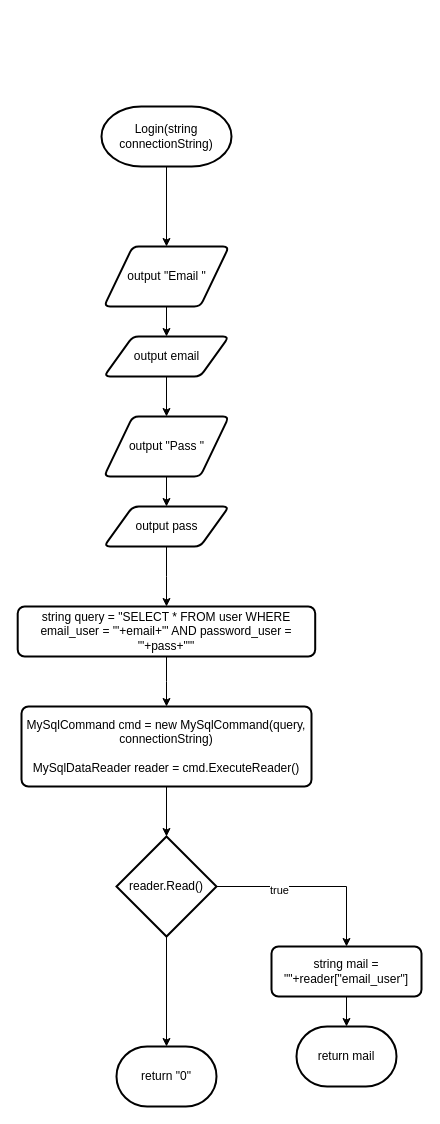
AdliXSec/FlowchartTubes keeps this draw.io diagram as page "Login" (2 of 20) of Untitled Diagram.drawio. Above is the earlier version. Source tidied: cells renumbered, new cells numbered last; positions are measured from the earlier drawing's top-left corner, leaving out a move shared by most shapes. Both pictures are drawn from the tidied source at 100%, with x=0, y=0 at pixel (17, 106).
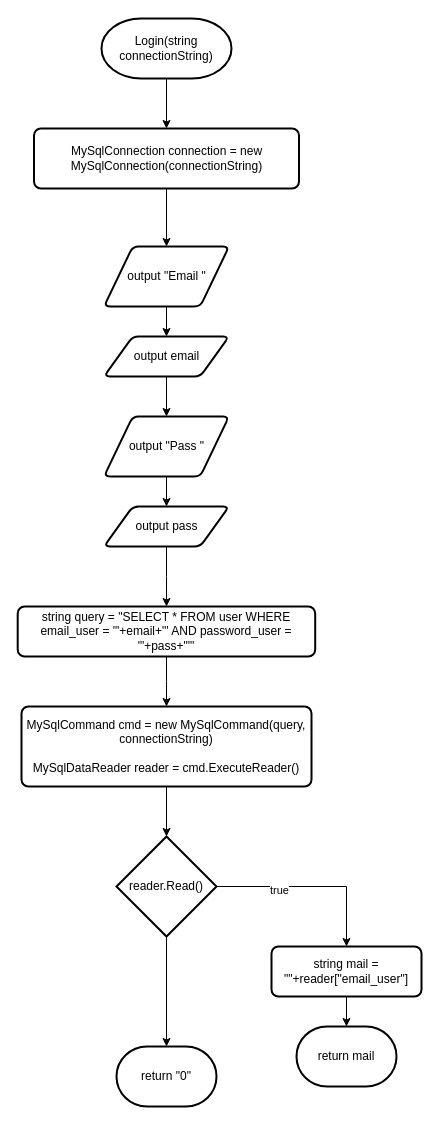
The same page after the edit.

The change refers to these unchanged cells:
```xml
<mxCell id="4" value="output &quot;Email &quot;" style="shape=parallelogram;html=1;strokeWidth=2;perimeter=parallelogramPerimeter;whiteSpace=wrap;rounded=1;arcSize=12;size=0.23;" parent="1" vertex="1">
  <mxGeometry x="86.5" y="140" width="125" height="60" as="geometry" />
</mxCell>
```

Change to the diagram source:
```diff
@@
     <mxCell id="2" value="Login(string connectionString)" style="strokeWidth=2;html=1;shape=mxgraph.flowchart.terminator;whiteSpace=wrap;" parent="1" vertex="1">
-      <mxGeometry x="84" width="130" height="60" as="geometry" />
+      <mxGeometry x="84" y="-88" width="130" height="60" as="geometry" />
     </mxCell>
@@
-    <mxCell id="5" style="edgeStyle=orthogonalEdgeStyle;rounded=0;jettySize=auto;html=1;" parent="1" edge="1" source="2" target="4">
+    <mxCell id="5" style="edgeStyle=orthogonalEdgeStyle;rounded=0;jettySize=auto;html=1;entryX=0.5;entryY=0;entryDx=0;entryDy=0;" parent="1" edge="1" source="2" target="25">
       <mxGeometry relative="1" as="geometry" />
     </mxCell>
@@
+    <mxCell id="24" style="edgeStyle=orthogonalEdgeStyle;rounded=0;jettySize=auto;html=1;entryX=0.5;entryY=0;entryDx=0;entryDy=0;" parent="1" edge="1" source="25" target="4">
+      <mxGeometry relative="1" as="geometry" />
+    </mxCell>
+    <mxCell id="25" value="MySqlConnection connection = new MySqlConnection(connectionString)" style="rounded=1;whiteSpace=wrap;html=1;absoluteArcSize=1;arcSize=14;strokeWidth=2;" parent="1" vertex="1">
+      <mxGeometry x="16.5" y="22" width="265" height="60" as="geometry" />
+    </mxCell>
```
